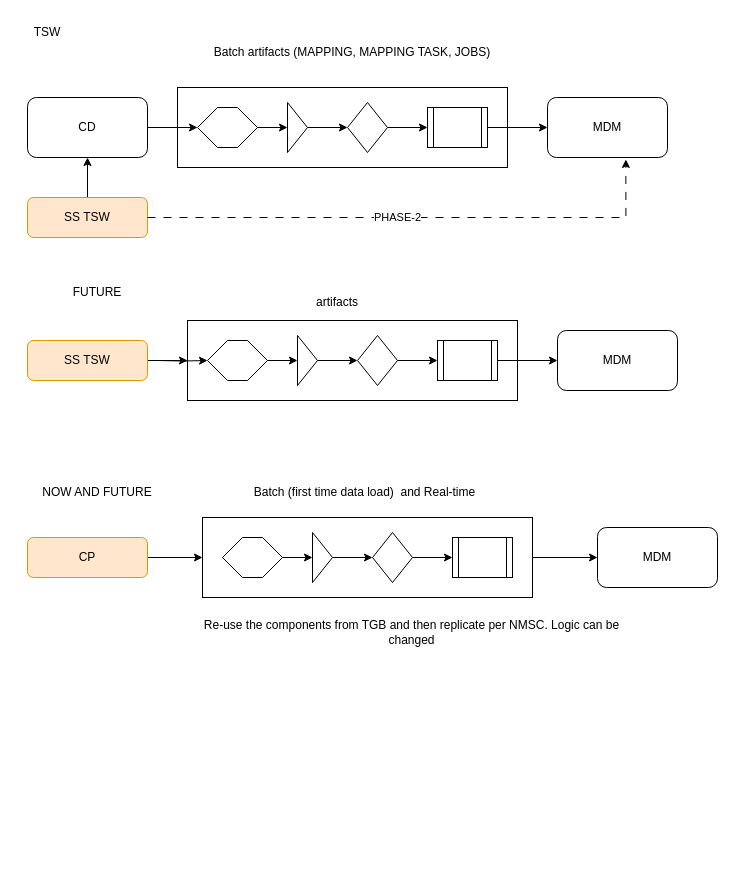
Earlier version of the draw.io diagram page "CD Highway" (15 of 15) of TME-Misc_Design.drawio (biswarup81/drawings). Source tidied: cells renumbered, new cells numbered last; positions are measured from the earlier drawing's top-left corner, leaving out a move shared by most shapes. Both pictures are drawn from the tidied source at 100%, with x=0, y=0 at pixel (17, 17).
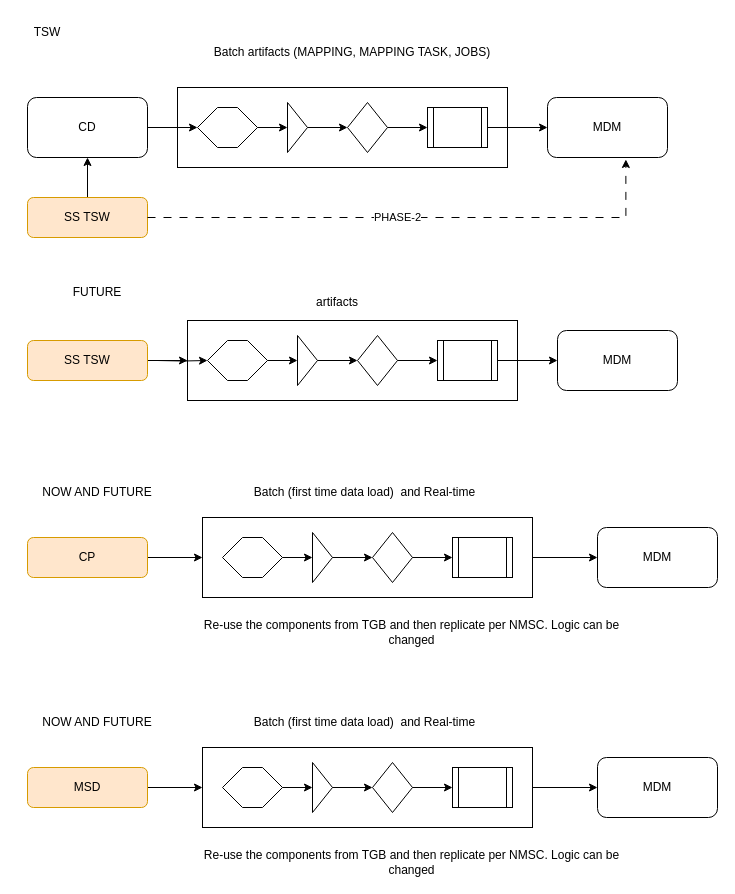
After the change.

What changed in the source:
```diff
@@
+    <mxCell id="50" style="edgeStyle=orthogonalEdgeStyle;rounded=0;jettySize=auto;html=1;" parent="1" edge="1" source="51" target="60">
+      <mxGeometry relative="1" as="geometry" />
+    </mxCell>
+    <mxCell id="51" value="MSD" style="rounded=1;whiteSpace=wrap;html=1;fillColor=#ffe6cc;strokeColor=#d79b00;" parent="1" vertex="1">
+      <mxGeometry x="10" y="750" width="120" height="40" as="geometry" />
+    </mxCell>
+    <mxCell id="52" style="shape=hexagon;perimeter=hexagonPerimeter2;whiteSpace=wrap;html=1;fixedSize=1;" parent="1" vertex="1">
+      <mxGeometry x="205" y="750" width="60" height="40" as="geometry" />
+    </mxCell>
+    <mxCell id="53" style="edgeStyle=orthogonalEdgeStyle;rounded=0;jettySize=auto;html=1;" parent="1" edge="1" source="52" target="54">
+      <mxGeometry relative="1" as="geometry" />
+    </mxCell>
+    <mxCell id="54" style="triangle;whiteSpace=wrap;html=1;" parent="1" vertex="1">
+      <mxGeometry x="295" y="745" width="20" height="50" as="geometry" />
+    </mxCell>
+    <mxCell id="55" style="edgeStyle=orthogonalEdgeStyle;rounded=0;jettySize=auto;html=1;" parent="1" edge="1" source="54" target="56">
+      <mxGeometry relative="1" as="geometry" />
+    </mxCell>
+    <mxCell id="56" style="rhombus;whiteSpace=wrap;html=1;" parent="1" vertex="1">
+      <mxGeometry x="355" y="745" width="40" height="50" as="geometry" />
+    </mxCell>
+    <mxCell id="57" style="edgeStyle=orthogonalEdgeStyle;rounded=0;jettySize=auto;html=1;" parent="1" edge="1" source="56" target="58">
+      <mxGeometry relative="1" as="geometry" />
+    </mxCell>
+    <mxCell id="58" style="shape=process;whiteSpace=wrap;html=1;backgroundOutline=1;" parent="1" vertex="1">
+      <mxGeometry x="435" y="750" width="60" height="40" as="geometry" />
+    </mxCell>
+    <mxCell id="59" style="edgeStyle=orthogonalEdgeStyle;rounded=0;jettySize=auto;html=1;" parent="1" edge="1" source="60" target="61">
+      <mxGeometry relative="1" as="geometry" />
+    </mxCell>
+    <mxCell id="60" style="rounded=0;whiteSpace=wrap;html=1;fillColor=none;" parent="1" vertex="1">
+      <mxGeometry x="185" y="730" width="330" height="80" as="geometry" />
+    </mxCell>
+    <mxCell id="61" value="MDM" style="rounded=1;whiteSpace=wrap;html=1;" parent="1" vertex="1">
+      <mxGeometry x="580" y="740" width="120" height="60" as="geometry" />
+    </mxCell>
+    <mxCell id="62" value="NOW AND FUTURE" style="text;html=1;strokeColor=none;fillColor=none;align=center;verticalAlign=middle;whiteSpace=wrap;rounded=0;" parent="1" vertex="1">
+      <mxGeometry x="10" y="690" width="140" height="30" as="geometry" />
+    </mxCell>
+    <mxCell id="63" value="Batch (first time data load)&amp;nbsp; and Real-time" style="text;html=1;strokeColor=none;fillColor=none;align=center;verticalAlign=middle;whiteSpace=wrap;rounded=0;" parent="1" vertex="1">
+      <mxGeometry x="225" y="690" width="245" height="30" as="geometry" />
+    </mxCell>
+    <mxCell id="64" value="Re-use the components from TGB and then replicate per NMSC. Logic can be changed" style="text;html=1;strokeColor=none;fillColor=none;align=center;verticalAlign=middle;whiteSpace=wrap;rounded=0;" parent="1" vertex="1">
+      <mxGeometry x="167.5" y="830" width="452.5" height="30" as="geometry" />
+    </mxCell>
```
